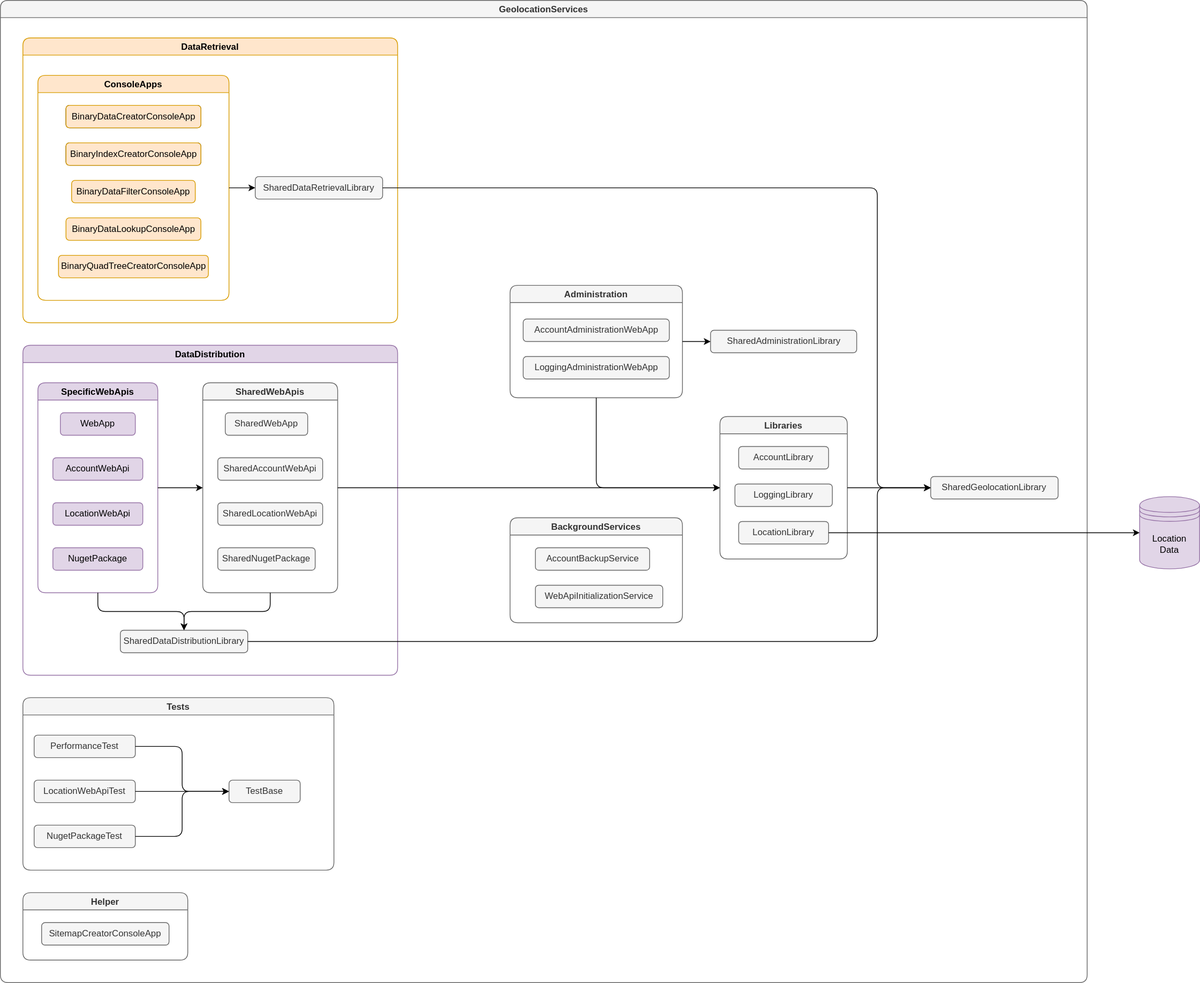
The draw.io diagram _images/architecture-component-diagram.drawio.svg in gartenkralle/geolocation-services-doc, before a commit. Source tidied: cells renumbered, new cells last; positions are measured from the earlier drawing's top-left corner, leaving out a move shared by most shapes.
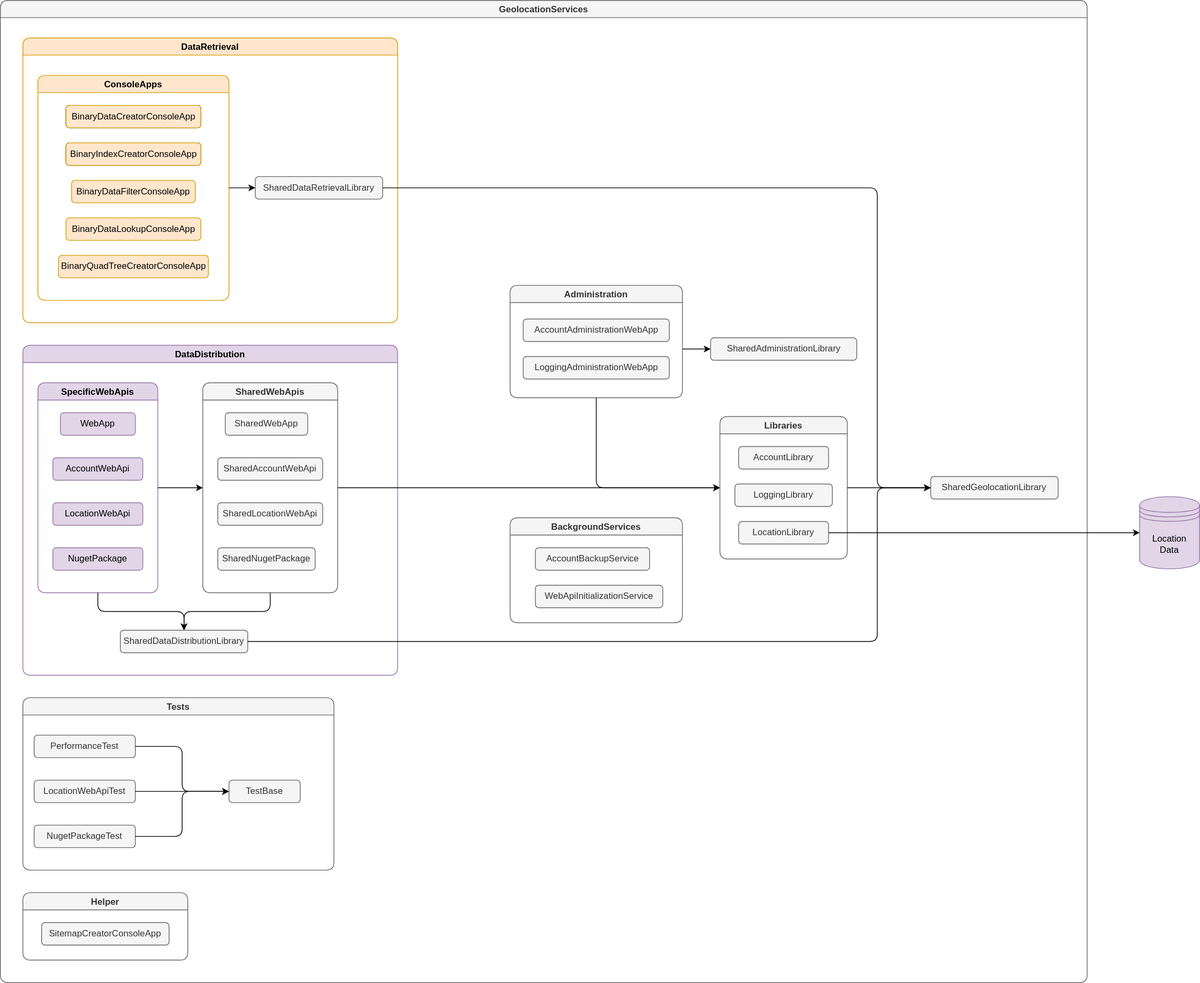
After the change.

What changed in the source:
```diff
@@ -186,10 +186,12 @@
       </mxGeometry>
     </mxCell>
     <mxCell id="55" value="SharedAdministrationLibrary" style="whiteSpace=wrap;html=1;fillColor=#f5f5f5;strokeColor=#666666;rounded=1;fontColor=#333333;" parent="2" vertex="1">
-      <mxGeometry x="947.5" y="440" width="195" height="30" as="geometry" />
+      <mxGeometry x="947.5" y="450" width="195" height="30" as="geometry" />
     </mxCell>
-    <mxCell id="56" style="endArrow=classic;html=1;rounded=1;exitX=1;exitY=0.5;exitDx=0;exitDy=0;entryX=0;entryY=0.5;entryDx=0;entryDy=0;" parent="2" edge="1" source="46" target="55">
-      <mxGeometry relative="1" as="geometry" />
+    <mxCell id="56" style="endArrow=classic;html=1;rounded=1;entryX=0;entryY=0.5;entryDx=0;entryDy=0;" parent="2" edge="1" target="55">
+      <mxGeometry relative="1" as="geometry">
+        <mxPoint x="910" y="465" as="sourcePoint" />
+      </mxGeometry>
     </mxCell>
     <mxCell id="57" value="Location&lt;br&gt;Data" style="shape=datastore;whiteSpace=wrap;html=1;fillColor=#e1d5e7;strokeColor=#9673a6;" parent="1" vertex="1">
       <mxGeometry x="1520" y="661.9" width="80" height="96.2" as="geometry" />
```
